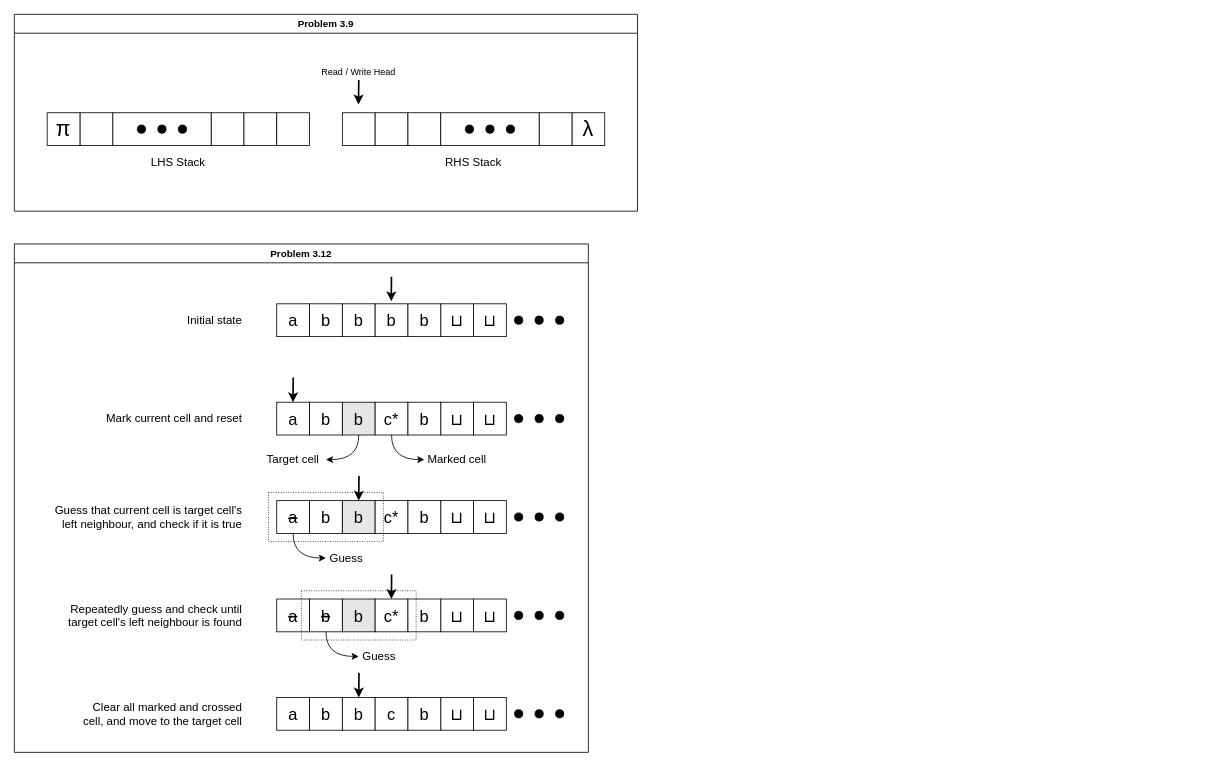
Before: page "P3.xx" (3 of 8) of Introduction.to.the.Theory.of.Computation.3e/Figures/Firgures.drawio in mehshan/tcs, a draw.io diagram. Source tidied: cells renumbered, new cells numbered last; positions are measured from the earlier drawing's top-left corner, leaving out a move shared by most shapes. Both pictures are drawn from the tidied source at 82%, with x=0, y=0 at pixel (14, 14).
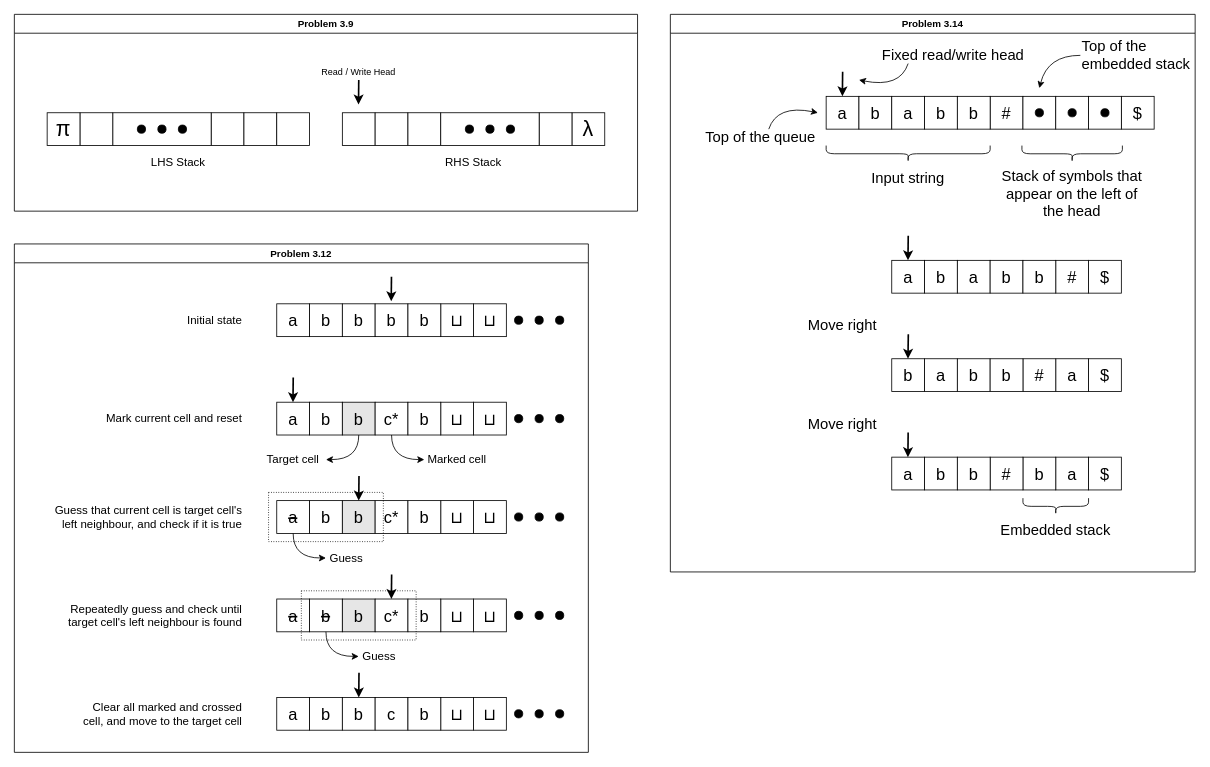
Above is the later version.

What changed in the source:
```diff
@@
+    <mxCell id="103" value="Problem 3.14" style="swimlane;" parent="1" vertex="1">
+      <mxGeometry x="800" width="640" height="680" as="geometry" />
+    </mxCell>
+    <mxCell id="104" value="a" style="whiteSpace=wrap;html=1;fontSize=20;" parent="103" vertex="1">
+      <mxGeometry x="190" y="100" width="40" height="40" as="geometry" />
+    </mxCell>
+    <mxCell id="105" value="b" style="whiteSpace=wrap;html=1;fontSize=20;" parent="103" vertex="1">
+      <mxGeometry x="230" y="100" width="40" height="40" as="geometry" />
+    </mxCell>
+    <mxCell id="106" style="whiteSpace=wrap;html=1;" parent="103" vertex="1">
+      <mxGeometry x="550" y="100" width="40" height="40" as="geometry" />
+    </mxCell>
+    <mxCell id="107" value="#" style="whiteSpace=wrap;html=1;fontSize=20;" parent="103" vertex="1">
+      <mxGeometry x="390" y="100" width="40" height="40" as="geometry" />
+    </mxCell>
+    <mxCell id="108" value="$" style="text;html=1;align=center;verticalAlign=middle;whiteSpace=wrap;rounded=0;fontSize=20;fontStyle=0;" parent="103" vertex="1">
+      <mxGeometry x="550" y="100" width="40" height="40" as="geometry" />
+    </mxCell>
+    <mxCell id="109" style="endArrow=classic;html=1;rounded=0;strokeWidth=2;" parent="103" edge="1">
+      <mxGeometry relative="1" as="geometry">
+        <mxPoint x="210.1" y="70" as="sourcePoint" />
+        <mxPoint x="209.8" y="100" as="targetPoint" />
+      </mxGeometry>
+    </mxCell>
+    <mxCell id="110" value="a" style="whiteSpace=wrap;html=1;fontSize=20;" parent="103" vertex="1">
+      <mxGeometry x="270" y="100" width="40" height="40" as="geometry" />
+    </mxCell>
+    <mxCell id="111" value="b" style="whiteSpace=wrap;html=1;fontSize=20;" parent="103" vertex="1">
+      <mxGeometry x="310" y="100" width="40" height="40" as="geometry" />
+    </mxCell>
+    <mxCell id="112" value="b" style="whiteSpace=wrap;html=1;fontSize=20;" parent="103" vertex="1">
+      <mxGeometry x="350" y="100" width="40" height="40" as="geometry" />
+    </mxCell>
+    <mxCell id="113" value="Top of the queue" style="text;html=1;align=center;verticalAlign=middle;whiteSpace=wrap;rounded=0;fontSize=18;" parent="103" vertex="1">
+      <mxGeometry x="40" y="140" width="140" height="20" as="geometry" />
+    </mxCell>
+    <mxCell id="114" style="curved=1;endArrow=classic;html=1;rounded=0;" parent="103" edge="1">
+      <mxGeometry relative="1" as="geometry">
+        <mxPoint x="120" y="140" as="sourcePoint" />
+        <mxPoint x="180" y="120" as="targetPoint" />
+        <Array as="points">
+          <mxPoint x="130" y="110" />
+        </Array>
+      </mxGeometry>
+    </mxCell>
+    <mxCell id="115" value="&lt;font style=&quot;font-size: 18px;&quot;&gt;Fixed read/write head&lt;/font&gt;" style="text;html=1;align=center;verticalAlign=middle;whiteSpace=wrap;rounded=0;fontSize=14;" parent="103" vertex="1">
+      <mxGeometry x="250" y="40" width="190" height="20" as="geometry" />
+    </mxCell>
+    <mxCell id="116" style="curved=1;endArrow=classic;html=1;rounded=0;" parent="103" edge="1">
+      <mxGeometry relative="1" as="geometry">
+        <mxPoint x="290" y="60" as="sourcePoint" />
+        <mxPoint x="230" y="80" as="targetPoint" />
+        <Array as="points">
+          <mxPoint x="280" y="90" />
+        </Array>
+      </mxGeometry>
+    </mxCell>
+    <mxCell id="117" style="shape=curlyBracket;whiteSpace=wrap;html=1;rounded=1;flipH=1;labelPosition=right;verticalLabelPosition=middle;align=left;verticalAlign=middle;rotation=90;" parent="103" vertex="1">
+      <mxGeometry x="280" y="70" width="20" height="200" as="geometry" />
+    </mxCell>
+    <mxCell id="118" value="&lt;font style=&quot;font-size: 18px;&quot;&gt;Input string&lt;/font&gt;" style="text;html=1;align=center;verticalAlign=middle;whiteSpace=wrap;rounded=0;fontSize=14;" parent="103" vertex="1">
+      <mxGeometry x="195" y="190" width="190" height="20" as="geometry" />
+    </mxCell>
+    <mxCell id="119" value="a" style="whiteSpace=wrap;html=1;fontSize=20;" parent="103" vertex="1">
+      <mxGeometry x="470" y="420" width="40" height="40" as="geometry" />
+    </mxCell>
+    <mxCell id="120" value="b" style="whiteSpace=wrap;html=1;fontSize=20;" parent="103" vertex="1">
+      <mxGeometry x="270" y="420" width="40" height="40" as="geometry" />
+    </mxCell>
+    <mxCell id="121" style="whiteSpace=wrap;html=1;" parent="103" vertex="1">
+      <mxGeometry x="510" y="420" width="40" height="40" as="geometry" />
+    </mxCell>
+    <mxCell id="122" value="#" style="whiteSpace=wrap;html=1;fontSize=20;" parent="103" vertex="1">
+      <mxGeometry x="430" y="420" width="40" height="40" as="geometry" />
+    </mxCell>
+    <mxCell id="123" value="$" style="text;html=1;align=center;verticalAlign=middle;whiteSpace=wrap;rounded=0;fontSize=20;fontStyle=0;" parent="103" vertex="1">
+      <mxGeometry x="510" y="420" width="40" height="40" as="geometry" />
+    </mxCell>
+    <mxCell id="124" style="endArrow=classic;html=1;rounded=0;strokeWidth=2;" parent="103" edge="1">
+      <mxGeometry relative="1" as="geometry">
+        <mxPoint x="290.2" y="390" as="sourcePoint" />
+        <mxPoint x="289.8" y="420" as="targetPoint" />
+      </mxGeometry>
+    </mxCell>
+    <mxCell id="125" value="a" style="whiteSpace=wrap;html=1;fontSize=20;" parent="103" vertex="1">
+      <mxGeometry x="310" y="420" width="40" height="40" as="geometry" />
+    </mxCell>
+    <mxCell id="126" value="b" style="whiteSpace=wrap;html=1;fontSize=20;" parent="103" vertex="1">
+      <mxGeometry x="350" y="420" width="40" height="40" as="geometry" />
+    </mxCell>
+    <mxCell id="127" value="b" style="whiteSpace=wrap;html=1;fontSize=20;" parent="103" vertex="1">
+      <mxGeometry x="390" y="420" width="40" height="40" as="geometry" />
+    </mxCell>
+    <mxCell id="128" value="a" style="whiteSpace=wrap;html=1;fontSize=20;" parent="103" vertex="1">
+      <mxGeometry x="270" y="300" width="40" height="40" as="geometry" />
+    </mxCell>
+    <mxCell id="129" value="b" style="whiteSpace=wrap;html=1;fontSize=20;" parent="103" vertex="1">
+      <mxGeometry x="310" y="300" width="40" height="40" as="geometry" />
+    </mxCell>
+    <mxCell id="130" style="whiteSpace=wrap;html=1;" parent="103" vertex="1">
+      <mxGeometry x="510" y="300" width="40" height="40" as="geometry" />
+    </mxCell>
+    <mxCell id="131" value="#" style="whiteSpace=wrap;html=1;fontSize=20;" parent="103" vertex="1">
+      <mxGeometry x="470" y="300" width="40" height="40" as="geometry" />
+    </mxCell>
+    <mxCell id="132" value="$" style="text;html=1;align=center;verticalAlign=middle;whiteSpace=wrap;rounded=0;fontSize=20;fontStyle=0;" parent="103" vertex="1">
+      <mxGeometry x="510" y="300" width="40" height="40" as="geometry" />
+    </mxCell>
+    <mxCell id="133" style="endArrow=classic;html=1;rounded=0;strokeWidth=2;" parent="103" edge="1">
+      <mxGeometry relative="1" as="geometry">
+        <mxPoint x="290.1" y="270" as="sourcePoint" />
+        <mxPoint x="289.8" y="300" as="targetPoint" />
+      </mxGeometry>
+    </mxCell>
+    <mxCell id="134" value="a" style="whiteSpace=wrap;html=1;fontSize=20;" parent="103" vertex="1">
+      <mxGeometry x="350" y="300" width="40" height="40" as="geometry" />
+    </mxCell>
+    <mxCell id="135" value="b" style="whiteSpace=wrap;html=1;fontSize=20;" parent="103" vertex="1">
+      <mxGeometry x="390" y="300" width="40" height="40" as="geometry" />
+    </mxCell>
+    <mxCell id="136" value="b" style="whiteSpace=wrap;html=1;fontSize=20;" parent="103" vertex="1">
+      <mxGeometry x="430" y="300" width="40" height="40" as="geometry" />
+    </mxCell>
+    <mxCell id="137" value="&lt;font style=&quot;font-size: 18px;&quot;&gt;Move right&lt;/font&gt;" style="text;html=1;align=center;verticalAlign=middle;whiteSpace=wrap;rounded=0;fontSize=14;" parent="103" vertex="1">
+      <mxGeometry x="150" y="370" width="120" height="20" as="geometry" />
+    </mxCell>
+    <mxCell id="138" value="a" style="whiteSpace=wrap;html=1;fontSize=20;" parent="103" vertex="1">
+      <mxGeometry x="470" y="540" width="40" height="40" as="geometry" />
+    </mxCell>
+    <mxCell id="139" value="b" style="whiteSpace=wrap;html=1;fontSize=20;" parent="103" vertex="1">
+      <mxGeometry x="430" y="540" width="40" height="40" as="geometry" />
+    </mxCell>
+    <mxCell id="140" style="whiteSpace=wrap;html=1;" parent="103" vertex="1">
+      <mxGeometry x="510" y="540" width="40" height="40" as="geometry" />
+    </mxCell>
+    <mxCell id="141" value="#" style="whiteSpace=wrap;html=1;fontSize=20;" parent="103" vertex="1">
+      <mxGeometry x="390" y="540" width="40" height="40" as="geometry" />
+    </mxCell>
+    <mxCell id="142" value="$" style="text;html=1;align=center;verticalAlign=middle;whiteSpace=wrap;rounded=0;fontSize=20;fontStyle=0;" parent="103" vertex="1">
+      <mxGeometry x="510" y="540" width="40" height="40" as="geometry" />
+    </mxCell>
+    <mxCell id="143" value="a" style="whiteSpace=wrap;html=1;fontSize=20;" parent="103" vertex="1">
+      <mxGeometry x="270" y="540" width="40" height="40" as="geometry" />
+    </mxCell>
+    <mxCell id="144" value="b" style="whiteSpace=wrap;html=1;fontSize=20;" parent="103" vertex="1">
+      <mxGeometry x="310" y="540" width="40" height="40" as="geometry" />
+    </mxCell>
+    <mxCell id="145" value="b" style="whiteSpace=wrap;html=1;fontSize=20;" parent="103" vertex="1">
+      <mxGeometry x="350" y="540" width="40" height="40" as="geometry" />
+    </mxCell>
+    <mxCell id="146" style="endArrow=classic;html=1;rounded=0;strokeWidth=2;" parent="103" edge="1">
+      <mxGeometry relative="1" as="geometry">
+        <mxPoint x="290" y="510" as="sourcePoint" />
+        <mxPoint x="289.7" y="540" as="targetPoint" />
+      </mxGeometry>
+    </mxCell>
+    <mxCell id="147" value="&lt;font style=&quot;font-size: 18px;&quot;&gt;Move right&lt;/font&gt;" style="text;html=1;align=center;verticalAlign=middle;whiteSpace=wrap;rounded=0;fontSize=14;" parent="103" vertex="1">
+      <mxGeometry x="150" y="490" width="120" height="20" as="geometry" />
+    </mxCell>
+    <mxCell id="148" style="shape=curlyBracket;whiteSpace=wrap;html=1;rounded=1;flipH=1;labelPosition=right;verticalLabelPosition=middle;align=left;verticalAlign=middle;rotation=90;" parent="103" vertex="1">
+      <mxGeometry x="460" y="560" width="20" height="80" as="geometry" />
+    </mxCell>
+    <mxCell id="149" value="&lt;font style=&quot;font-size: 18px;&quot;&gt;Embedded stack&lt;/font&gt;" style="text;html=1;align=center;verticalAlign=middle;whiteSpace=wrap;rounded=0;fontSize=14;" parent="103" vertex="1">
+      <mxGeometry x="375" y="620" width="190" height="20" as="geometry" />
+    </mxCell>
+    <mxCell id="150" style="whiteSpace=wrap;html=1;fontSize=20;" parent="103" vertex="1">
+      <mxGeometry x="430" y="100" width="40" height="40" as="geometry" />
+    </mxCell>
+    <mxCell id="151" style="whiteSpace=wrap;html=1;fontSize=20;" parent="103" vertex="1">
+      <mxGeometry x="470" y="100" width="40" height="40" as="geometry" />
+    </mxCell>
+    <mxCell id="152" style="whiteSpace=wrap;html=1;fontSize=20;" parent="103" vertex="1">
+      <mxGeometry x="510" y="100" width="40" height="40" as="geometry" />
+    </mxCell>
+    <mxCell id="153" style="ellipse;whiteSpace=wrap;html=1;fillColor=#000000;" parent="103" vertex="1">
+      <mxGeometry x="445" y="115" width="10" height="10" as="geometry" />
+    </mxCell>
+    <mxCell id="154" style="ellipse;whiteSpace=wrap;html=1;fillColor=#000000;" parent="103" vertex="1">
+      <mxGeometry x="485" y="115" width="10" height="10" as="geometry" />
+    </mxCell>
+    <mxCell id="155" style="ellipse;whiteSpace=wrap;html=1;fillColor=#000000;" parent="103" vertex="1">
+      <mxGeometry x="525" y="115" width="10" height="10" as="geometry" />
+    </mxCell>
+    <mxCell id="156" style="shape=curlyBracket;whiteSpace=wrap;html=1;rounded=1;flipH=1;labelPosition=right;verticalLabelPosition=middle;align=left;verticalAlign=middle;rotation=90;" parent="103" vertex="1">
+      <mxGeometry x="480" y="108.8" width="20" height="122.5" as="geometry" />
+    </mxCell>
+    <mxCell id="157" value="&lt;font style=&quot;font-size: 18px;&quot;&gt;Stack of symbols that appear on the left of the head&lt;/font&gt;" style="text;html=1;align=center;verticalAlign=middle;whiteSpace=wrap;rounded=0;fontSize=14;" parent="103" vertex="1">
+      <mxGeometry x="395" y="210" width="190" height="20" as="geometry" />
+    </mxCell>
+    <mxCell id="158" style="curved=1;endArrow=classic;html=1;rounded=0;" parent="103" edge="1">
+      <mxGeometry relative="1" as="geometry">
+        <mxPoint x="500" y="50" as="sourcePoint" />
+        <mxPoint x="450" y="90" as="targetPoint" />
+        <Array as="points">
+          <mxPoint x="460" y="50" />
+        </Array>
+      </mxGeometry>
+    </mxCell>
+    <mxCell id="159" value="&lt;font style=&quot;font-size: 18px;&quot;&gt;Top of the embedded stack&lt;/font&gt;" style="text;html=1;align=left;verticalAlign=middle;whiteSpace=wrap;rounded=0;fontSize=14;" parent="103" vertex="1">
+      <mxGeometry x="500" y="40" width="140" height="20" as="geometry" />
+    </mxCell>
```
